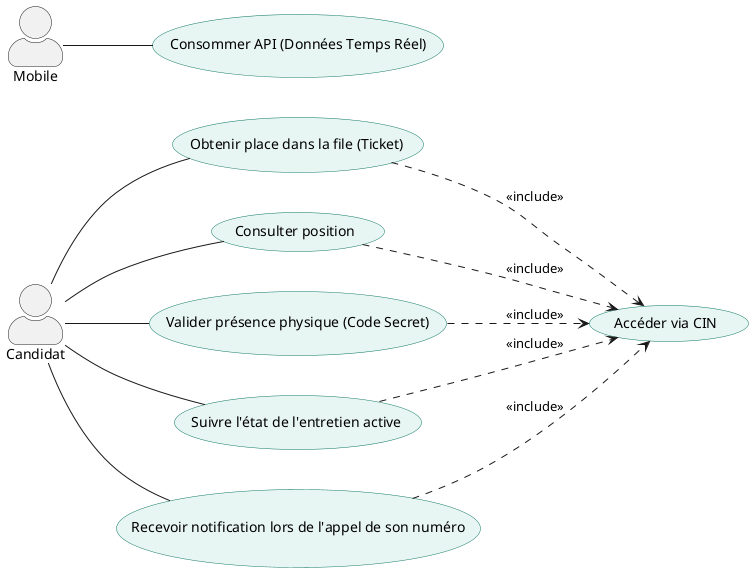
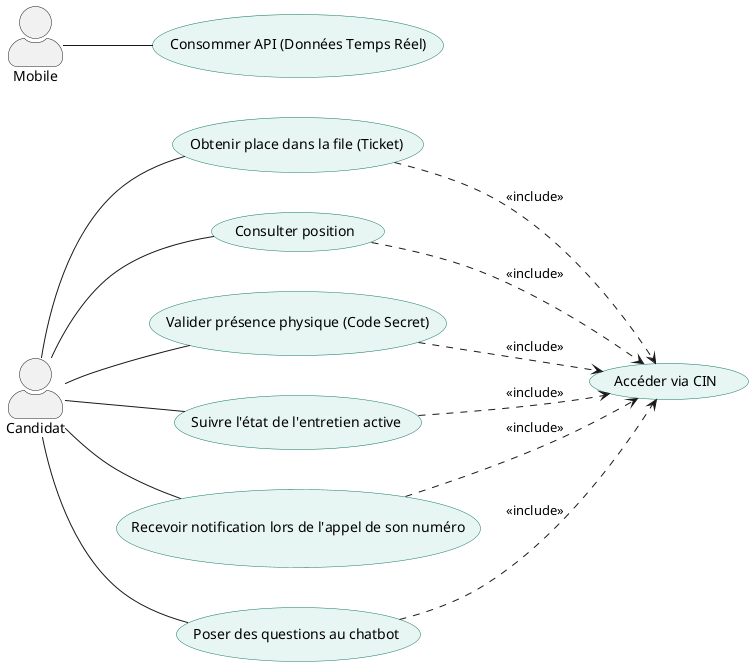
@startuml SoliQueue_UseCase_Candidat
left to right direction
skinparam actorStyle awesome
skinparam shadowing false

skinparam usecase {
    BackgroundColor #E8F6F3
    BorderColor #117864
}

skinparam nodesep 40
skinparam ranksep 50

' Acteurs
actor "Candidat" as C
actor "Mobile" as Mob

'=====================
' Candidat Use Cases (Mobile)
'=====================

usecase "Obtenir place dans la file (Ticket)" as UC1
usecase "Consulter position" as UC2
usecase "Valider présence physique (Code Secret)" as UC4
usecase "Suivre l'état de l'entretien active" as UC16
usecase "Recevoir notification lors de l'appel de son numéro" as UC17

'=====================
' Mobile API
'=====================

usecase "Consommer API (Données Temps Réel)" as API

'=====================
' Authentification / Accès
'=====================

usecase "Accéder via CIN" as Auth

'=====================
' Relations Candidat
'=====================

C -- UC1
C -- UC2
C -- UC4
C -- UC16
C -- UC17

'=====================
' Relations Mobile
'=====================

Mob -- API

'=====================
' Authentification includes
'=====================

UC1 ..> Auth : <<include>>
UC2 ..> Auth : <<include>>
UC4 ..> Auth : <<include>>
UC16 ..> Auth : <<include>>
UC17 ..> Auth : <<include>>

+ usecase "Poser des questions au chatbot" as UC18
+ C -- UC18
+ UC18 ..> Auth : <<include>>
+ 
@enduml